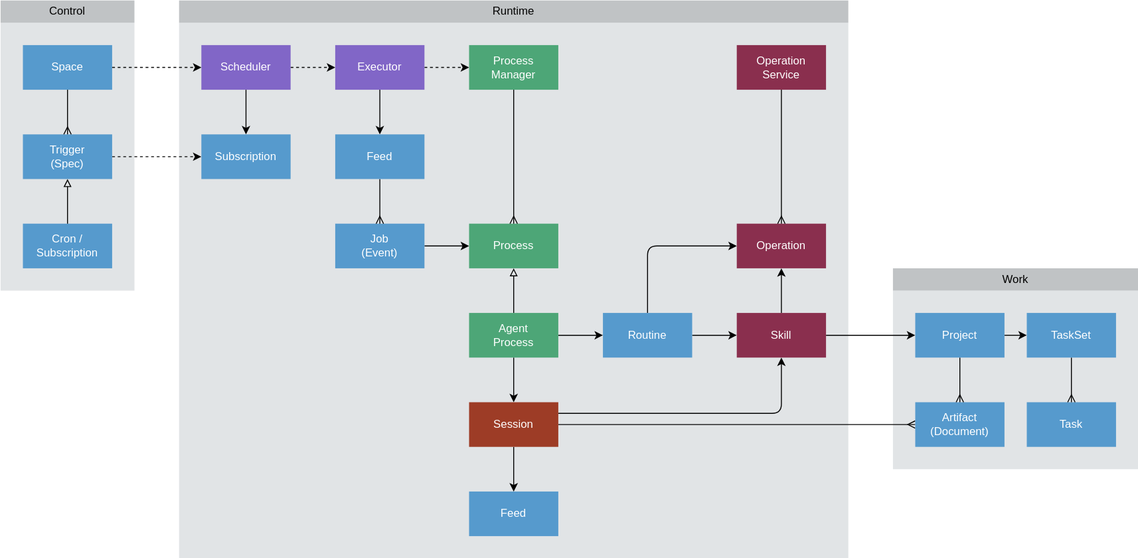
Above: docs/design/diagrams/process-architecture.drawio.svg in dxos/dxos (draw.io), before the change. Source tidied: cells renumbered, new cells last; positions are measured from the earlier drawing's top-left corner, leaving out a move shared by most shapes.
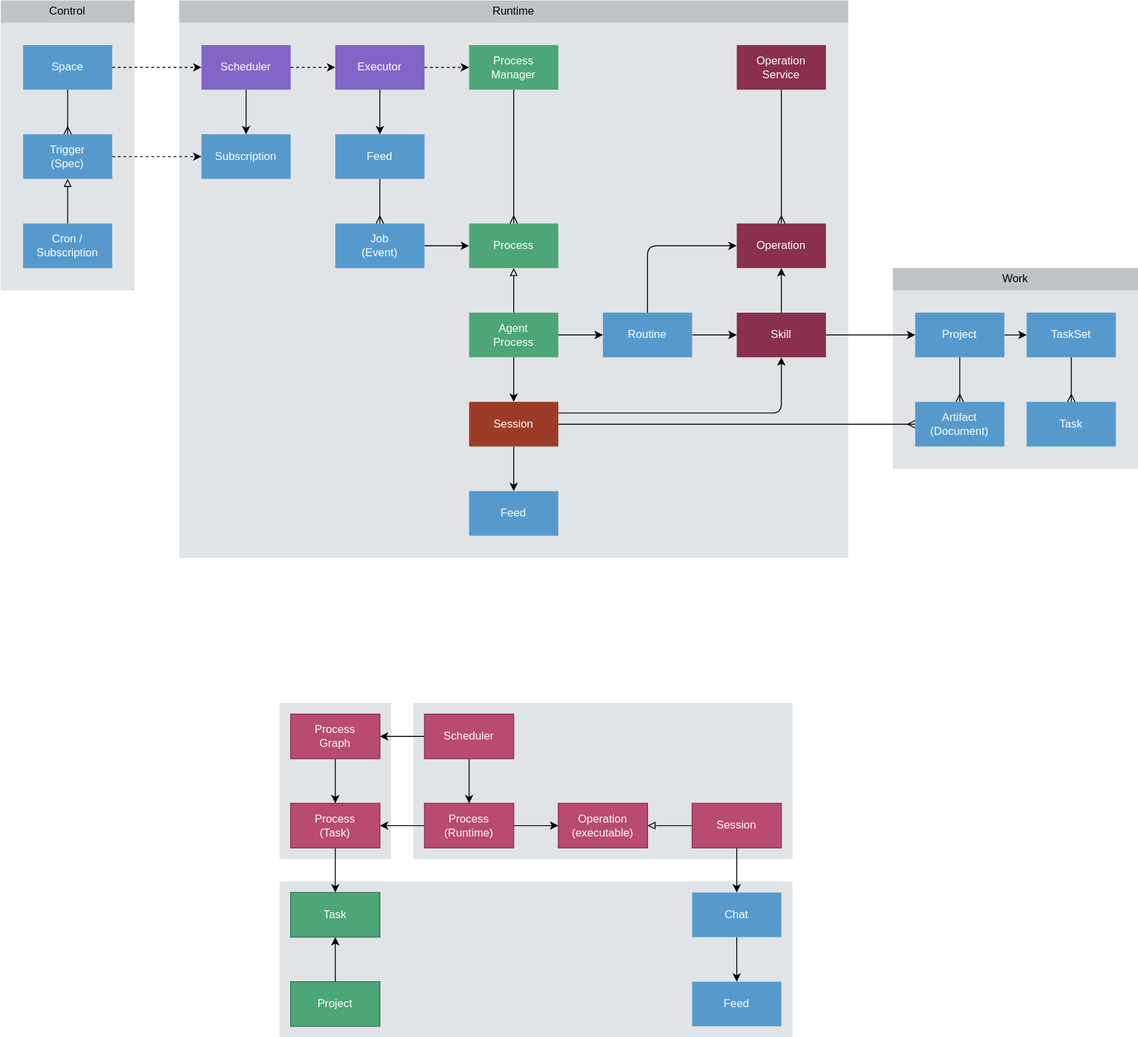
Later version of the same file.

What changed in the source:
```diff
@@ -2,6 +2,15 @@
   <root>
     <mxCell id="0" />
     <mxCell id="1" parent="0" />
+    <mxCell id="54" style="rounded=0;whiteSpace=wrap;html=1;fillColor=#E1E4E6;dashed=1;fontColor=#000000;strokeColor=none;fontStyle=0;" parent="1" vertex="1">
+      <mxGeometry x="300" y="948" width="552" height="168" as="geometry" />
+    </mxCell>
+    <mxCell id="55" style="rounded=0;whiteSpace=wrap;html=1;fillColor=#E1E4E6;dashed=1;fontColor=#000000;strokeColor=none;fontStyle=0;" parent="1" vertex="1">
+      <mxGeometry x="444" y="756" width="408" height="168" as="geometry" />
+    </mxCell>
+    <mxCell id="56" style="rounded=0;whiteSpace=wrap;html=1;fillColor=#E1E4E6;dashed=1;fontColor=#000000;strokeColor=none;fontStyle=0;" parent="1" vertex="1">
+      <mxGeometry x="300" y="756" width="120" height="168" as="geometry" />
+    </mxCell>
     <mxCell id="2" style="rounded=0;whiteSpace=wrap;html=1;fillColor=#E1E4E6;dashed=1;fontColor=#000000;strokeColor=none;fontStyle=0;" parent="1" vertex="1">
       <mxGeometry x="960" y="312" width="264" height="192" as="geometry" />
     </mxCell>
@@ -166,5 +175,65 @@
     <mxCell id="53" value="TaskSet" style="rounded=0;whiteSpace=wrap;html=1;fillColor=#569ACD;fontColor=#FFFFFF;strokeColor=none;fontStyle=0;" parent="1" vertex="1">
       <mxGeometry x="1104" y="336" width="96" height="48" as="geometry" />
     </mxCell>
+    <mxCell id="57" style="edgeStyle=none;html=1;exitX=1;exitY=0.5;exitDx=0;exitDy=0;" parent="1" edge="1" source="59" target="60">
+      <mxGeometry relative="1" as="geometry" />
+    </mxCell>
+    <mxCell id="58" style="edgeStyle=none;html=1;exitX=0;exitY=0.5;exitDx=0;exitDy=0;" parent="1" edge="1" source="59" target="74">
+      <mxGeometry relative="1" as="geometry" />
+    </mxCell>
+    <mxCell id="59" value="Process&lt;br&gt;(Runtime)" style="rounded=0;whiteSpace=wrap;html=1;fillColor=#B94A71;fontColor=#FFFFFF;strokeColor=#8A2F4E;fontStyle=0;" parent="1" vertex="1">
+      <mxGeometry x="456" y="864" width="96" height="48" as="geometry" />
+    </mxCell>
+    <mxCell id="60" value="Operation&lt;br&gt;(executable)" style="rounded=0;whiteSpace=wrap;html=1;fillColor=#B94A71;fontColor=#FFFFFF;strokeColor=#8A2F4E;fontStyle=0;" parent="1" vertex="1">
+      <mxGeometry x="600" y="864" width="96" height="48" as="geometry" />
+    </mxCell>
+    <mxCell id="61" style="edgeStyle=none;html=1;exitX=0.5;exitY=1;exitDx=0;exitDy=0;" parent="1" edge="1" source="62" target="63">
+      <mxGeometry relative="1" as="geometry" />
+    </mxCell>
+    <mxCell id="62" value="Project" style="rounded=0;whiteSpace=wrap;html=1;fillColor=#4DA677;fontColor=#FFFFFF;strokeColor=#337352;fontStyle=0;" parent="1" vertex="1">
+      <mxGeometry x="312" y="1056" width="96" height="48" as="geometry" />
+    </mxCell>
+    <mxCell id="63" value="Task" style="rounded=0;whiteSpace=wrap;html=1;fillColor=#4DA677;fontColor=#FFFFFF;strokeColor=#337352;fontStyle=0;" parent="1" vertex="1">
+      <mxGeometry x="312" y="960" width="96" height="48" as="geometry" />
+    </mxCell>
+    <mxCell id="64" style="edgeStyle=none;html=1;" parent="1" edge="1" source="66" target="68">
+      <mxGeometry relative="1" as="geometry" />
+    </mxCell>
+    <mxCell id="65" style="edgeStyle=none;html=1;exitX=0;exitY=0.5;exitDx=0;exitDy=0;endArrow=block;endFill=0;" parent="1" edge="1" source="66" target="60">
+      <mxGeometry relative="1" as="geometry" />
+    </mxCell>
+    <mxCell id="66" value="Session" style="rounded=0;whiteSpace=wrap;html=1;fillColor=#B94A71;fontColor=#FFFFFF;strokeColor=#8A2F4E;fontStyle=0;" parent="1" vertex="1">
+      <mxGeometry x="744" y="864" width="96" height="48" as="geometry" />
+    </mxCell>
+    <mxCell id="67" style="edgeStyle=none;html=1;" parent="1" edge="1" source="68" target="73">
+      <mxGeometry relative="1" as="geometry" />
+    </mxCell>
+    <mxCell id="68" value="Chat" style="rounded=0;whiteSpace=wrap;html=1;fillColor=#569ACD;fontColor=#FFFFFF;strokeColor=none;fontStyle=0;" parent="1" vertex="1">
+      <mxGeometry x="744" y="960" width="96" height="48" as="geometry" />
+    </mxCell>
+    <mxCell id="69" style="edgeStyle=none;html=1;" parent="1" edge="1" source="74" target="63">
+      <mxGeometry relative="1" as="geometry" />
+    </mxCell>
+    <mxCell id="70" style="edgeStyle=none;html=1;exitX=0.5;exitY=1;exitDx=0;exitDy=0;" parent="1" edge="1" source="72" target="59">
+      <mxGeometry relative="1" as="geometry" />
+    </mxCell>
+    <mxCell id="71" style="edgeStyle=none;html=1;exitX=0;exitY=0.5;exitDx=0;exitDy=0;" parent="1" edge="1" source="72" target="76">
+      <mxGeometry relative="1" as="geometry" />
+    </mxCell>
+    <mxCell id="72" value="Scheduler" style="rounded=0;whiteSpace=wrap;html=1;fillColor=#B94A71;fontColor=#FFFFFF;strokeColor=#8A2F4E;fontStyle=0;" parent="1" vertex="1">
+      <mxGeometry x="456" y="768" width="96" height="48" as="geometry" />
+    </mxCell>
+    <mxCell id="73" value="Feed" style="rounded=0;whiteSpace=wrap;html=1;fillColor=#569ACD;fontColor=#FFFFFF;strokeColor=none;fontStyle=0;" parent="1" vertex="1">
+      <mxGeometry x="744" y="1056" width="96" height="48" as="geometry" />
+    </mxCell>
+    <mxCell id="74" value="Process&lt;br&gt;(Task)" style="rounded=0;whiteSpace=wrap;html=1;fillColor=#B94A71;fontColor=#FFFFFF;strokeColor=#8A2F4E;fontStyle=0;" parent="1" vertex="1">
+      <mxGeometry x="312" y="864" width="96" height="48" as="geometry" />
+    </mxCell>
+    <mxCell id="75" style="edgeStyle=none;html=1;exitX=0.5;exitY=1;exitDx=0;exitDy=0;" parent="1" edge="1" source="76" target="74">
+      <mxGeometry relative="1" as="geometry" />
+    </mxCell>
+    <mxCell id="76" value="Process&lt;br&gt;Graph" style="rounded=0;whiteSpace=wrap;html=1;fillColor=#B94A71;fontColor=#FFFFFF;strokeColor=#8A2F4E;fontStyle=0;" parent="1" vertex="1">
+      <mxGeometry x="312" y="768" width="96" height="48" as="geometry" />
+    </mxCell>
   </root>
 </mxGraphModel>
```
